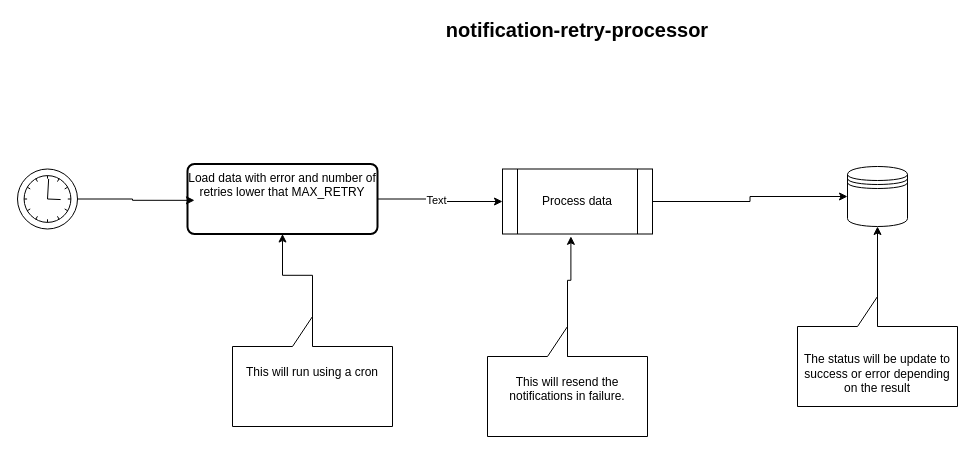
Earlier version of the draw.io diagram page "notification-retry-processor" (2 of 3) of notifications-api-v2.drawio (dalejandroba/hello-world). Source tidied: cells renumbered, new cells numbered last; positions are measured from the earlier drawing's top-left corner, leaving out a move shared by most shapes. Both pictures are drawn from the tidied source at 100%, with x=0, y=0 at pixel (17, 26).
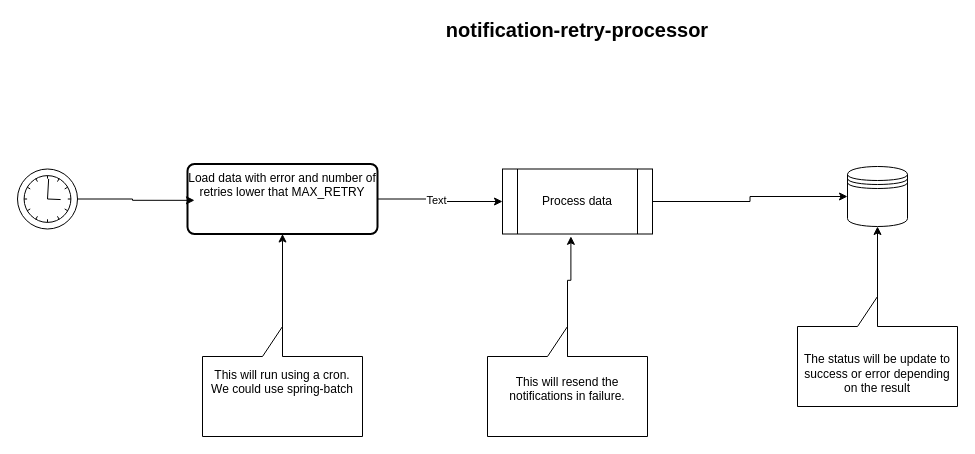
Above is the later version.

The edit, as a diff of the source:
```diff
@@
 <mxGraphModel>
   <root>
     <mxCell id="0" />
     <mxCell id="1" parent="0" />
     <mxCell id="2" style="edgeStyle=orthogonalEdgeStyle;rounded=0;jettySize=auto;html=1;entryX=0;entryY=0.5;entryDx=0;entryDy=0;" parent="1" edge="1" source="3" target="10">
       <mxGeometry relative="1" as="geometry" />
     </mxCell>
     <mxCell id="3" value="Process data" style="shape=process;whiteSpace=wrap;html=1;backgroundOutline=1;" parent="1" vertex="1">
       <mxGeometry x="485" y="142.5" width="150" height="65" as="geometry" />
     </mxCell>
     <mxCell id="4" style="edgeStyle=orthogonalEdgeStyle;rounded=0;jettySize=auto;html=1;entryX=0;entryY=0.5;entryDx=0;entryDy=0;" parent="1" edge="1" source="6" target="3">
       <mxGeometry relative="1" as="geometry" />
     </mxCell>
     <mxCell id="5" value="Text" style="edgeLabel;html=1;align=center;verticalAlign=middle;" parent="4" vertex="1">
       <mxGeometry x="0.01" y="-2" relative="1" as="geometry">
         <mxPoint x="-2" y="-1" as="offset" />
       </mxGeometry>
     </mxCell>
     <mxCell id="6" value="Load data with error and number of retries lower that MAX_RETRY&lt;div&gt;&lt;br&gt;&lt;div&gt;&lt;br&gt;&lt;/div&gt;&lt;/div&gt;" style="rounded=1;whiteSpace=wrap;html=1;absoluteArcSize=1;arcSize=14;strokeWidth=2;" parent="1" vertex="1">
       <mxGeometry x="170" y="137.5" width="190" height="70" as="geometry" />
     </mxCell>
     <mxCell id="7" value="notification-retry-processor&lt;div&gt;&lt;br&gt;&lt;/div&gt;" style="text;html=1;align=center;verticalAlign=middle;whiteSpace=wrap;rounded=0;fontSize=20;fontStyle=1;" parent="1" vertex="1">
       <mxGeometry x="420" width="280" height="30" as="geometry" />
     </mxCell>
     <mxCell id="8" value="This will resend the notifications in failure.&lt;div&gt;&lt;br&gt;&lt;/div&gt;" style="shape=callout;whiteSpace=wrap;html=1;perimeter=calloutPerimeter;direction=west;" parent="1" vertex="1">
       <mxGeometry x="470" y="300" width="160" height="110" as="geometry" />
     </mxCell>
     <mxCell id="9" style="edgeStyle=orthogonalEdgeStyle;rounded=0;jettySize=auto;html=1;entryX=0.456;entryY=1.036;entryDx=0;entryDy=0;entryPerimeter=0;" parent="1" edge="1" source="8" target="3">
       <mxGeometry relative="1" as="geometry" />
     </mxCell>
     <mxCell id="10" style="shape=datastore;whiteSpace=wrap;html=1;" parent="1" vertex="1">
       <mxGeometry x="830" y="140" width="60" height="60" as="geometry" />
     </mxCell>
     <mxCell id="11" style="edgeStyle=orthogonalEdgeStyle;rounded=0;jettySize=auto;html=1;entryX=0.5;entryY=1;entryDx=0;entryDy=0;" parent="1" edge="1" source="12" target="10">
       <mxGeometry relative="1" as="geometry" />
     </mxCell>
     <mxCell id="12" value="&lt;br&gt;&lt;div&gt;The status will be update to success or error depending on the result&lt;/div&gt;" style="shape=callout;whiteSpace=wrap;html=1;perimeter=calloutPerimeter;direction=west;" parent="1" vertex="1">
       <mxGeometry x="780" y="270" width="160" height="110" as="geometry" />
     </mxCell>
     <mxCell id="13" style="edgeStyle=orthogonalEdgeStyle;rounded=0;jettySize=auto;html=1;" parent="1" edge="1" source="14" target="6">
       <mxGeometry relative="1" as="geometry" />
     </mxCell>
-    <mxCell id="14" value="This will run using a cron&lt;div&gt;&lt;br&gt;&lt;div&gt;&lt;br&gt;&lt;/div&gt;&lt;/div&gt;" style="shape=callout;whiteSpace=wrap;html=1;perimeter=calloutPerimeter;direction=west;" parent="1" vertex="1">
-      <mxGeometry x="215" y="290" width="160" height="110" as="geometry" />
+    <mxCell id="14" value="This will run using a cron.&lt;div&gt;We could use spring-batch&lt;/div&gt;&lt;div&gt;&lt;div&gt;&lt;br&gt;&lt;div&gt;&lt;br&gt;&lt;/div&gt;&lt;/div&gt;&lt;/div&gt;" style="shape=callout;whiteSpace=wrap;html=1;perimeter=calloutPerimeter;direction=west;" parent="1" vertex="1">
+      <mxGeometry x="185" y="300" width="160" height="110" as="geometry" />
     </mxCell>
     <mxCell id="15" style="points=[[0.145,0.145,0],[0.5,0,0],[0.855,0.145,0],[1,0.5,0],[0.855,0.855,0],[0.5,1,0],[0.145,0.855,0],[0,0.5,0]];shape=mxgraph.bpmn.event;html=1;verticalLabelPosition=bottom;labelBackgroundColor=#ffffff;verticalAlign=top;align=center;perimeter=ellipsePerimeter;outlineConnect=0;outline=standard;symbol=timer;" parent="1" vertex="1">
       <mxGeometry y="142.5" width="60" height="60" as="geometry" />
     </mxCell>
     <mxCell id="16" style="edgeStyle=orthogonalEdgeStyle;rounded=0;jettySize=auto;html=1;entryX=0.037;entryY=0.519;entryDx=0;entryDy=0;entryPerimeter=0;" parent="1" edge="1" source="15" target="6">
       <mxGeometry relative="1" as="geometry" />
     </mxCell>
   </root>
 </mxGraphModel>
```
